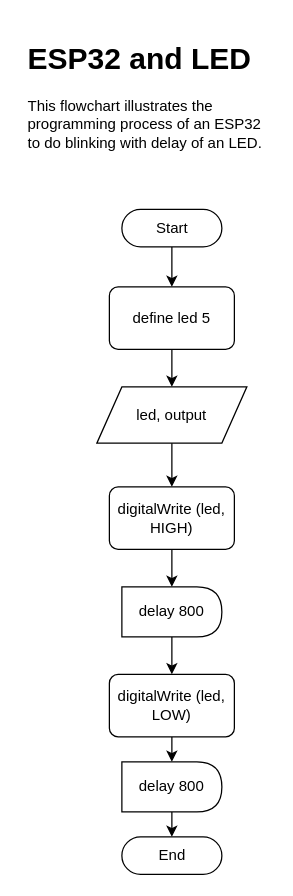
The draw.io diagram Untitled Diagram.drawio in troders34/troders34, before the edit. Source tidied: cells renumbered, new cells numbered last; positions are measured from the earlier drawing's top-left corner, leaving out a move shared by most shapes. Both pictures are drawn from the tidied source at 125%, with x=0, y=0 at pixel (21, 34).
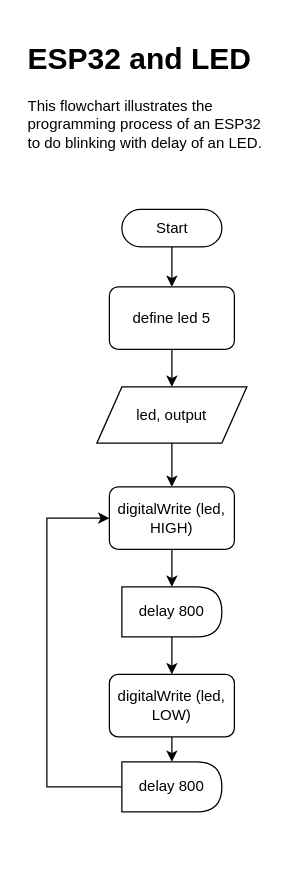
Above is the later version.

The edit, as a diff of the source:
```diff
@@
 <mxGraphModel>
   <root>
     <mxCell id="0" />
     <mxCell id="1" parent="0" />
     <mxCell id="2" value="Start" style="html=1;dashed=0;whitespace=wrap;shape=mxgraph.dfd.start;" parent="1" vertex="1">
       <mxGeometry x="80" y="140" width="80" height="30" as="geometry" />
     </mxCell>
-    <mxCell id="3" value="End" style="html=1;dashed=0;whitespace=wrap;shape=mxgraph.dfd.start;" parent="1" vertex="1">
-      <mxGeometry x="80" y="642" width="80" height="30" as="geometry" />
-    </mxCell>
     <mxCell id="4" value="led, output" style="shape=parallelogram;perimeter=parallelogramPerimeter;whiteSpace=wrap;html=1;fixedSize=1;" parent="1" vertex="1">
       <mxGeometry x="60" y="282" width="120" height="45" as="geometry" />
     </mxCell>
     <mxCell id="5" value="define led 5" style="rounded=1;whiteSpace=wrap;html=1;absoluteArcSize=1;arcSize=14;strokeWidth=1;" parent="1" vertex="1">
       <mxGeometry x="70" y="202" width="100" height="50" as="geometry" />
     </mxCell>
     <mxCell id="6" value="digitalWrite (led, HIGH)" style="rounded=1;whiteSpace=wrap;html=1;absoluteArcSize=1;arcSize=14;strokeWidth=1;" parent="1" vertex="1">
       <mxGeometry x="70" y="362" width="100" height="50" as="geometry" />
     </mxCell>
     <mxCell id="7" value="delay 800" style="shape=delay;whiteSpace=wrap;html=1;strokeWidth=1;" parent="1" vertex="1">
       <mxGeometry x="80" y="442" width="80" height="40" as="geometry" />
     </mxCell>
     <mxCell id="8" value="digitalWrite (led, LOW)" style="rounded=1;whiteSpace=wrap;html=1;absoluteArcSize=1;arcSize=14;strokeWidth=1;" parent="1" vertex="1">
       <mxGeometry x="70" y="512" width="100" height="50" as="geometry" />
     </mxCell>
+    <mxCell id="18" style="edgeStyle=orthogonalEdgeStyle;rounded=0;jettySize=auto;html=1;exitX=0;exitY=0.5;exitDx=0;exitDy=0;entryX=0;entryY=0.5;entryDx=0;entryDy=0;" parent="1" edge="1" source="9" target="6">
+      <mxGeometry relative="1" as="geometry">
+        <Array as="points">
+          <mxPoint x="20" y="602" />
+          <mxPoint x="20" y="387" />
+        </Array>
+      </mxGeometry>
+    </mxCell>
     <mxCell id="9" value="delay 800" style="shape=delay;whiteSpace=wrap;html=1;strokeWidth=1;" parent="1" vertex="1">
       <mxGeometry x="80" y="582" width="80" height="40" as="geometry" />
     </mxCell>
     <mxCell id="10" style="endArrow=classic;html=1;rounded=0;entryX=0.5;entryY=0;entryDx=0;entryDy=0;exitX=0.5;exitY=0.5;exitDx=0;exitDy=15;exitPerimeter=0;" parent="1" edge="1" source="2" target="5">
       <mxGeometry relative="1" as="geometry" />
     </mxCell>
     <mxCell id="11" style="endArrow=classic;html=1;rounded=0;exitX=0.5;exitY=1;exitDx=0;exitDy=0;entryX=0.5;entryY=0;entryDx=0;entryDy=0;" parent="1" edge="1" source="5" target="4">
       <mxGeometry relative="1" as="geometry" />
     </mxCell>
     <mxCell id="12" style="endArrow=classic;html=1;rounded=0;exitX=0.5;exitY=1;exitDx=0;exitDy=0;entryX=0.5;entryY=0;entryDx=0;entryDy=0;" parent="1" edge="1" source="4" target="6">
       <mxGeometry relative="1" as="geometry" />
     </mxCell>
     <mxCell id="13" style="endArrow=classic;html=1;rounded=0;exitX=0.5;exitY=1;exitDx=0;exitDy=0;entryX=0.5;entryY=0;entryDx=0;entryDy=0;" parent="1" edge="1" source="6" target="7">
       <mxGeometry relative="1" as="geometry" />
     </mxCell>
     <mxCell id="14" style="endArrow=classic;html=1;rounded=0;exitX=0.5;exitY=1;exitDx=0;exitDy=0;entryX=0.5;entryY=0;entryDx=0;entryDy=0;" parent="1" edge="1" source="7" target="8">
       <mxGeometry relative="1" as="geometry" />
     </mxCell>
     <mxCell id="15" style="endArrow=classic;html=1;rounded=0;exitX=0.5;exitY=1;exitDx=0;exitDy=0;entryX=0.5;entryY=0;entryDx=0;entryDy=0;" parent="1" edge="1" source="8" target="9">
       <mxGeometry relative="1" as="geometry" />
     </mxCell>
-    <mxCell id="16" style="endArrow=classic;html=1;rounded=0;exitX=0.5;exitY=1;exitDx=0;exitDy=0;entryX=0.5;entryY=0.5;entryDx=0;entryDy=-15;entryPerimeter=0;" parent="1" edge="1" source="9" target="3">
-      <mxGeometry relative="1" as="geometry" />
-    </mxCell>
     <mxCell id="17" value="&lt;h1&gt;ESP32 and LED&lt;/h1&gt;&lt;p&gt;This flowchart illustrates the programming process of an ESP32 to do blinking with delay of an LED.&lt;/p&gt;" style="text;html=1;strokeColor=none;fillColor=none;spacing=5;spacingTop=-20;whiteSpace=wrap;overflow=hidden;rounded=0;" parent="1" vertex="1">
       <mxGeometry width="200" height="110" as="geometry" />
     </mxCell>
   </root>
 </mxGraphModel>
```
